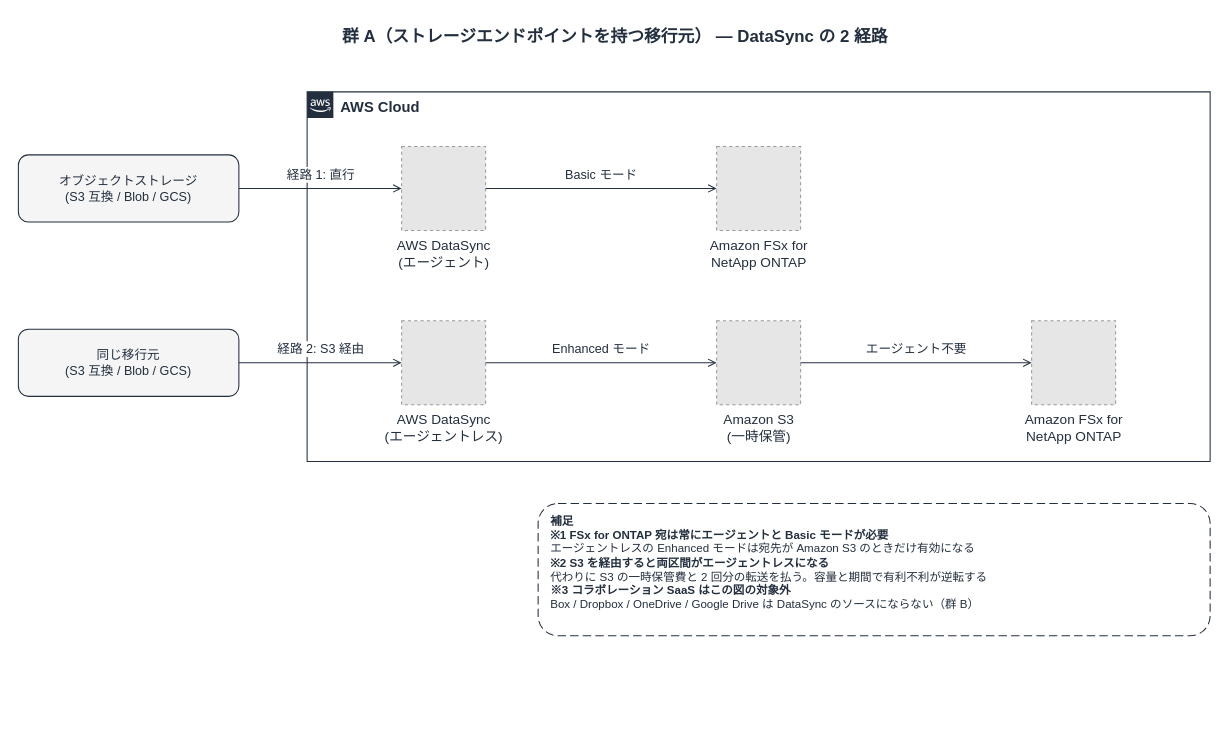
Before: docs/diagrams/saas-migration-group-a-routes.drawio in Yoshiki0705/FSx-for-ONTAP-S3AccessPoints-Serverless-Patterns, a draw.io diagram. Source tidied: cells renumbered, new cells numbered last; positions are measured from the earlier drawing's top-left corner, leaving out a move shared by most shapes. Both pictures are drawn from the tidied source at 105%, with x=0, y=0 at pixel (18, 18). Pictures stored in the file or linked from it are replaced by grey dashed boxes.
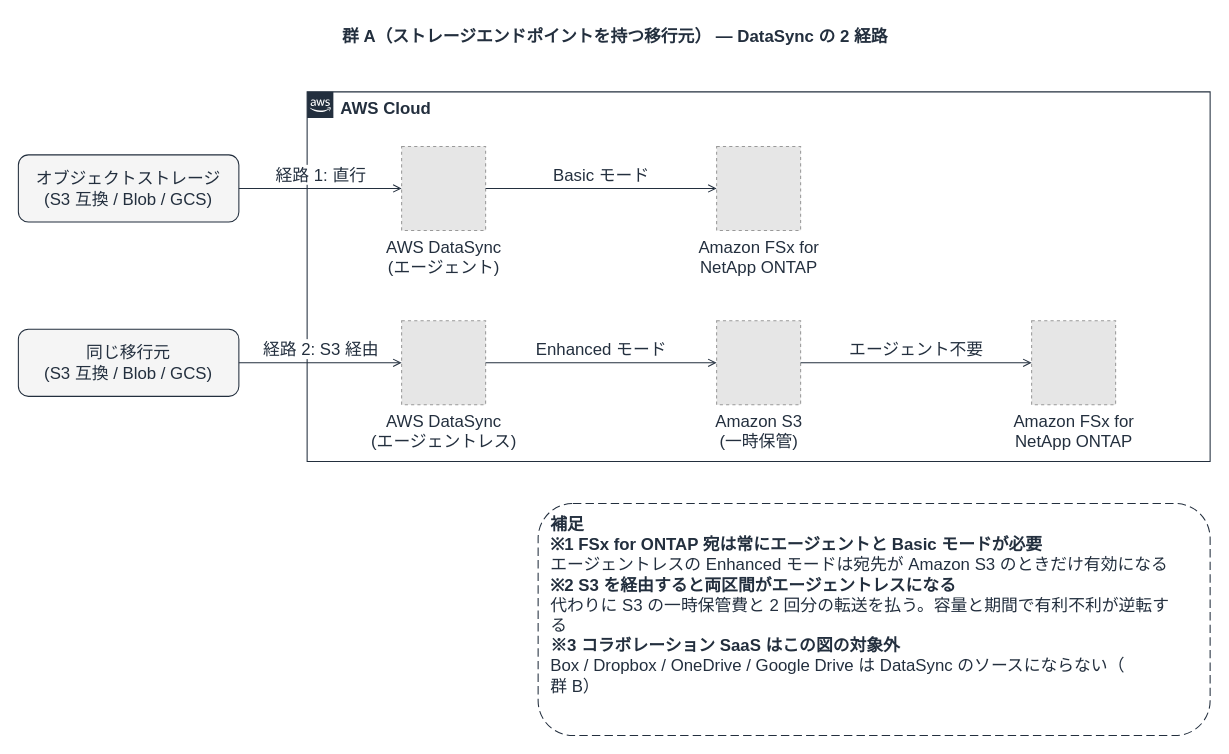
After the change.

The edit, as a diff of the source:
```diff
@@
-    <mxCell id="3" value="AWS Cloud" style="gradientColor=none;html=1;whiteSpace=wrap;fontSize=14;fontStyle=1;shape=mxgraph.aws4.group;grIcon=mxgraph.aws4.group_aws_cloud_alt;strokeColor=#232F3E;fillColor=none;verticalAlign=top;align=left;spacingLeft=30;fontColor=#232F3E;dashed=0;" parent="1" vertex="1">
+    <mxCell id="3" value="AWS Cloud" style="gradientColor=none;html=1;whiteSpace=wrap;fontSize=16;fontStyle=1;shape=mxgraph.aws4.group;grIcon=mxgraph.aws4.group_aws_cloud_alt;strokeColor=#232F3E;fillColor=none;verticalAlign=top;align=left;spacingLeft=30;fontColor=#232F3E;dashed=0;" parent="1" vertex="1">
       <mxGeometry x="275" y="70" width="860" height="352" as="geometry" />
     </mxCell>
-    <mxCell id="4" value="オブジェクトストレージ&lt;br&gt;(S3 互換 / Blob / GCS)" style="rounded=1;whiteSpace=wrap;html=1;dashed=0;strokeColor=#232F3E;fillColor=#F5F5F5;align=center;verticalAlign=middle;fontSize=12;fontColor=#232F3E;" parent="1" vertex="1">
+    <mxCell id="4" value="オブジェクトストレージ&lt;br&gt;(S3 互換 / Blob / GCS)" style="rounded=1;whiteSpace=wrap;html=1;dashed=0;strokeColor=#232F3E;fillColor=#F5F5F5;align=center;verticalAlign=middle;fontSize=16;fontColor=#232F3E;" parent="1" vertex="1">
       <mxGeometry y="130" width="210" height="64" as="geometry" />
     </mxCell>
-    <mxCell id="5" value="AWS DataSync&lt;br&gt;(エージェント)" style="fillColor=#E6E6E6;strokeColor=#999999;dashed=1;html=1;verticalLabelPosition=bottom;verticalAlign=top;labelPosition=center;align=center;fontSize=13;fontColor=#232F3E;" parent="1" vertex="1">
+    <mxCell id="5" value="AWS DataSync&lt;br&gt;(エージェント)" style="fillColor=#E6E6E6;strokeColor=#999999;dashed=1;html=1;verticalLabelPosition=bottom;verticalAlign=top;labelPosition=center;align=center;fontSize=16;fontColor=#232F3E;" parent="1" vertex="1">
       <mxGeometry x="365" y="122" width="80" height="80" as="geometry" />
     </mxCell>
-    <mxCell id="6" value="Amazon FSx for&lt;br&gt;NetApp ONTAP" style="fillColor=#E6E6E6;strokeColor=#999999;dashed=1;html=1;verticalLabelPosition=bottom;verticalAlign=top;labelPosition=center;align=center;fontSize=13;fontColor=#232F3E;" parent="1" vertex="1">
+    <mxCell id="6" value="Amazon FSx for&lt;br&gt;NetApp ONTAP" style="fillColor=#E6E6E6;strokeColor=#999999;dashed=1;html=1;verticalLabelPosition=bottom;verticalAlign=top;labelPosition=center;align=center;fontSize=16;fontColor=#232F3E;" parent="1" vertex="1">
       <mxGeometry x="665" y="122" width="80" height="80" as="geometry" />
     </mxCell>
-    <mxCell id="7" value="同じ移行元&lt;br&gt;(S3 互換 / Blob / GCS)" style="rounded=1;whiteSpace=wrap;html=1;dashed=0;strokeColor=#232F3E;fillColor=#F5F5F5;align=center;verticalAlign=middle;fontSize=12;fontColor=#232F3E;" parent="1" vertex="1">
+    <mxCell id="7" value="同じ移行元&lt;br&gt;(S3 互換 / Blob / GCS)" style="rounded=1;whiteSpace=wrap;html=1;dashed=0;strokeColor=#232F3E;fillColor=#F5F5F5;align=center;verticalAlign=middle;fontSize=16;fontColor=#232F3E;" parent="1" vertex="1">
       <mxGeometry y="296" width="210" height="64" as="geometry" />
     </mxCell>
-    <mxCell id="8" value="AWS DataSync&lt;br&gt;(エージェントレス)" style="fillColor=#E6E6E6;strokeColor=#999999;dashed=1;html=1;verticalLabelPosition=bottom;verticalAlign=top;labelPosition=center;align=center;fontSize=13;fontColor=#232F3E;" parent="1" vertex="1">
+    <mxCell id="8" value="AWS DataSync&lt;br&gt;(エージェントレス)" style="fillColor=#E6E6E6;strokeColor=#999999;dashed=1;html=1;verticalLabelPosition=bottom;verticalAlign=top;labelPosition=center;align=center;fontSize=16;fontColor=#232F3E;" parent="1" vertex="1">
       <mxGeometry x="365" y="288" width="80" height="80" as="geometry" />
     </mxCell>
-    <mxCell id="9" value="Amazon S3&lt;br&gt;(一時保管)" style="fillColor=#E6E6E6;strokeColor=#999999;dashed=1;html=1;verticalLabelPosition=bottom;verticalAlign=top;labelPosition=center;align=center;fontSize=13;fontColor=#232F3E;" parent="1" vertex="1">
+    <mxCell id="9" value="Amazon S3&lt;br&gt;(一時保管)" style="fillColor=#E6E6E6;strokeColor=#999999;dashed=1;html=1;verticalLabelPosition=bottom;verticalAlign=top;labelPosition=center;align=center;fontSize=16;fontColor=#232F3E;" parent="1" vertex="1">
       <mxGeometry x="665" y="288" width="80" height="80" as="geometry" />
     </mxCell>
-    <mxCell id="10" value="Amazon FSx for&lt;br&gt;NetApp ONTAP" style="fillColor=#E6E6E6;strokeColor=#999999;dashed=1;html=1;verticalLabelPosition=bottom;verticalAlign=top;labelPosition=center;align=center;fontSize=13;fontColor=#232F3E;" parent="1" vertex="1">
+    <mxCell id="10" value="Amazon FSx for&lt;br&gt;NetApp ONTAP" style="fillColor=#E6E6E6;strokeColor=#999999;dashed=1;html=1;verticalLabelPosition=bottom;verticalAlign=top;labelPosition=center;align=center;fontSize=16;fontColor=#232F3E;" parent="1" vertex="1">
       <mxGeometry x="965" y="288" width="80" height="80" as="geometry" />
     </mxCell>
-    <mxCell id="11" value="経路 1: 直行" style="edgeStyle=orthogonalEdgeStyle;rounded=0;jettySize=auto;html=1;endArrow=open;endFill=0;strokeColor=#232F3E;strokeWidth=1;fontSize=12;fontColor=#232F3E;labelBackgroundColor=#ffffff;" parent="1" edge="1" source="4" target="5">
+    <mxCell id="11" value="経路 1: 直行" style="edgeStyle=orthogonalEdgeStyle;rounded=0;jettySize=auto;html=1;endArrow=open;endFill=0;strokeColor=#232F3E;strokeWidth=1;fontSize=16;fontColor=#232F3E;labelBackgroundColor=#ffffff;" parent="1" edge="1" source="4" target="5">
       <mxGeometry relative="1" as="geometry">
         <mxPoint y="-13" as="offset" />
       </mxGeometry>
     </mxCell>
-    <mxCell id="12" value="Basic モード" style="edgeStyle=orthogonalEdgeStyle;rounded=0;jettySize=auto;html=1;endArrow=open;endFill=0;strokeColor=#232F3E;strokeWidth=1;fontSize=12;fontColor=#232F3E;labelBackgroundColor=#ffffff;" parent="1" edge="1" source="5" target="6">
+    <mxCell id="12" value="Basic モード" style="edgeStyle=orthogonalEdgeStyle;rounded=0;jettySize=auto;html=1;endArrow=open;endFill=0;strokeColor=#232F3E;strokeWidth=1;fontSize=16;fontColor=#232F3E;labelBackgroundColor=#ffffff;" parent="1" edge="1" source="5" target="6">
       <mxGeometry relative="1" as="geometry">
         <mxPoint y="-13" as="offset" />
       </mxGeometry>
     </mxCell>
-    <mxCell id="13" value="経路 2: S3 経由" style="edgeStyle=orthogonalEdgeStyle;rounded=0;jettySize=auto;html=1;endArrow=open;endFill=0;strokeColor=#232F3E;strokeWidth=1;fontSize=12;fontColor=#232F3E;labelBackgroundColor=#ffffff;" parent="1" edge="1" source="7" target="8">
+    <mxCell id="13" value="経路 2: S3 経由" style="edgeStyle=orthogonalEdgeStyle;rounded=0;jettySize=auto;html=1;endArrow=open;endFill=0;strokeColor=#232F3E;strokeWidth=1;fontSize=16;fontColor=#232F3E;labelBackgroundColor=#ffffff;" parent="1" edge="1" source="7" target="8">
       <mxGeometry relative="1" as="geometry">
         <mxPoint y="-13" as="offset" />
       </mxGeometry>
     </mxCell>
-    <mxCell id="14" value="Enhanced モード" style="edgeStyle=orthogonalEdgeStyle;rounded=0;jettySize=auto;html=1;endArrow=open;endFill=0;strokeColor=#232F3E;strokeWidth=1;fontSize=12;fontColor=#232F3E;labelBackgroundColor=#ffffff;" parent="1" edge="1" source="8" target="9">
+    <mxCell id="14" value="Enhanced モード" style="edgeStyle=orthogonalEdgeStyle;rounded=0;jettySize=auto;html=1;endArrow=open;endFill=0;strokeColor=#232F3E;strokeWidth=1;fontSize=16;fontColor=#232F3E;labelBackgroundColor=#ffffff;" parent="1" edge="1" source="8" target="9">
       <mxGeometry relative="1" as="geometry">
         <mxPoint y="-13" as="offset" />
       </mxGeometry>
     </mxCell>
-    <mxCell id="15" value="エージェント不要" style="edgeStyle=orthogonalEdgeStyle;rounded=0;jettySize=auto;html=1;endArrow=open;endFill=0;strokeColor=#232F3E;strokeWidth=1;fontSize=12;fontColor=#232F3E;labelBackgroundColor=#ffffff;" parent="1" edge="1" source="9" target="10">
+    <mxCell id="15" value="エージェント不要" style="edgeStyle=orthogonalEdgeStyle;rounded=0;jettySize=auto;html=1;endArrow=open;endFill=0;strokeColor=#232F3E;strokeWidth=1;fontSize=16;fontColor=#232F3E;labelBackgroundColor=#ffffff;" parent="1" edge="1" source="9" target="10">
       <mxGeometry relative="1" as="geometry">
         <mxPoint y="-13" as="offset" />
       </mxGeometry>
     </mxCell>
-    <mxCell id="16" value="&lt;b&gt;補足&lt;/b&gt;&lt;br&gt;&lt;b&gt;※1 FSx for ONTAP 宛は常にエージェントと Basic モードが必要&lt;/b&gt;&lt;br&gt;エージェントレスの Enhanced モードは宛先が Amazon S3 のときだけ有効になる&lt;br&gt;&lt;b&gt;※2 S3 を経由すると両区間がエージェントレスになる&lt;/b&gt;&lt;br&gt;代わりに S3 の一時保管費と 2 回分の転送を払う。容量と期間で有利不利が逆転する&lt;br&gt;&lt;b&gt;※3 コラボレーション SaaS はこの図の対象外&lt;/b&gt;&lt;br&gt;Box / Dropbox / OneDrive / Google Drive は DataSync のソースにならない（群 B）" style="rounded=1;whiteSpace=wrap;html=1;dashed=1;dashPattern=8 4;strokeColor=#232F3E;fillColor=#FFFFFF;align=left;verticalAlign=top;spacingLeft=10;spacingTop=4;fontSize=11;fontColor=#232F3E;" parent="1" vertex="1">
-      <mxGeometry x="495" y="462" width="640" height="126" as="geometry" />
+    <mxCell id="16" value="&lt;b&gt;補足&lt;/b&gt;&lt;br&gt;&lt;b&gt;※1 FSx for ONTAP 宛は常にエージェントと Basic モードが必要&lt;/b&gt;&lt;br&gt;エージェントレスの Enhanced モードは宛先が Amazon S3 のときだけ有効になる&lt;br&gt;&lt;b&gt;※2 S3 を経由すると両区間がエージェントレスになる&lt;/b&gt;&lt;br&gt;代わりに S3 の一時保管費と 2 回分の転送を払う。容量と期間で有利不利が逆転す&lt;br&gt;る&lt;br&gt;&lt;b&gt;※3 コラボレーション SaaS はこの図の対象外&lt;/b&gt;&lt;br&gt;Box / Dropbox / OneDrive / Google Drive は DataSync のソースにならない（&lt;br&gt;群 B）" style="rounded=1;whiteSpace=wrap;html=1;dashed=1;dashPattern=8 4;strokeColor=#232F3E;fillColor=#FFFFFF;align=left;verticalAlign=top;spacingLeft=10;spacingTop=4;fontSize=16;fontColor=#232F3E;" parent="1" vertex="1">
+      <mxGeometry x="495" y="462" width="640" height="221" as="geometry" />
     </mxCell>
```
